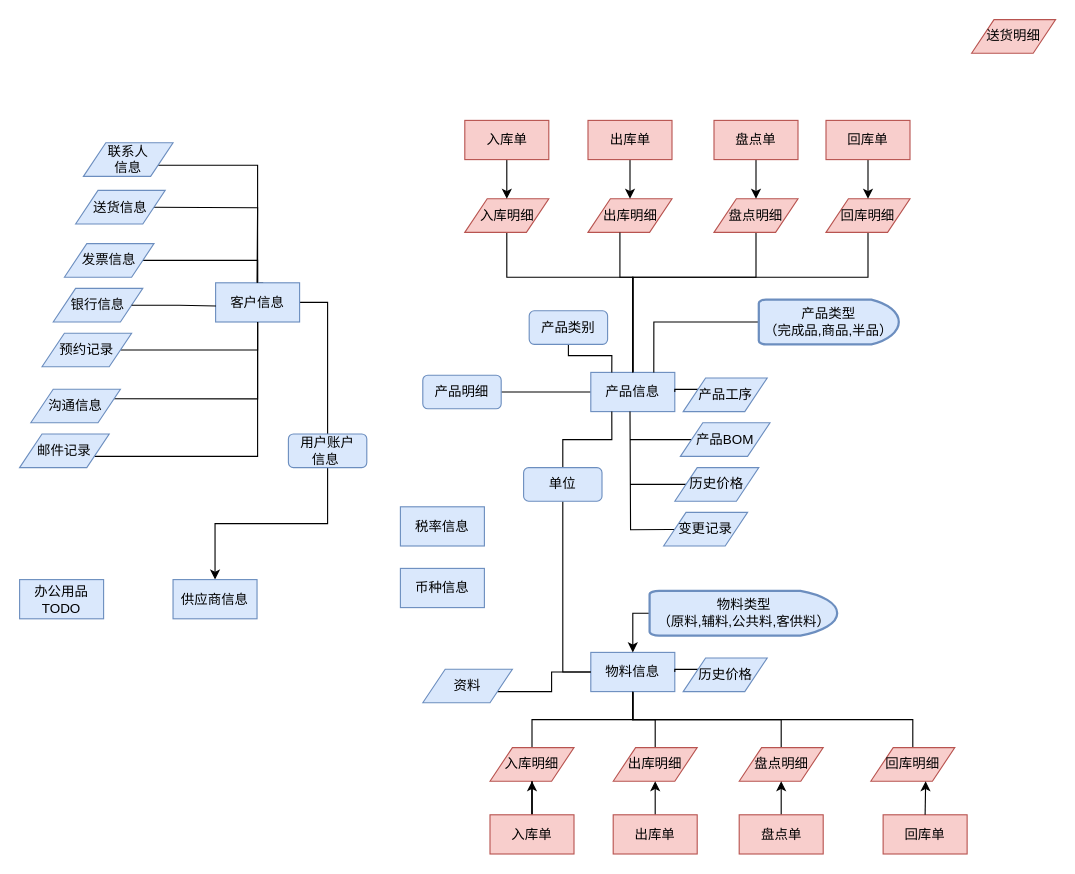
Before: ERDiagram.drawio in sbosleo/sbosmobile, a draw.io diagram. Source tidied: cells renumbered, new cells numbered last; positions are measured from the earlier drawing's top-left corner, leaving out a move shared by most shapes. Both pictures are drawn from the tidied source at 112%, with x=0, y=0 at pixel (19, 19).
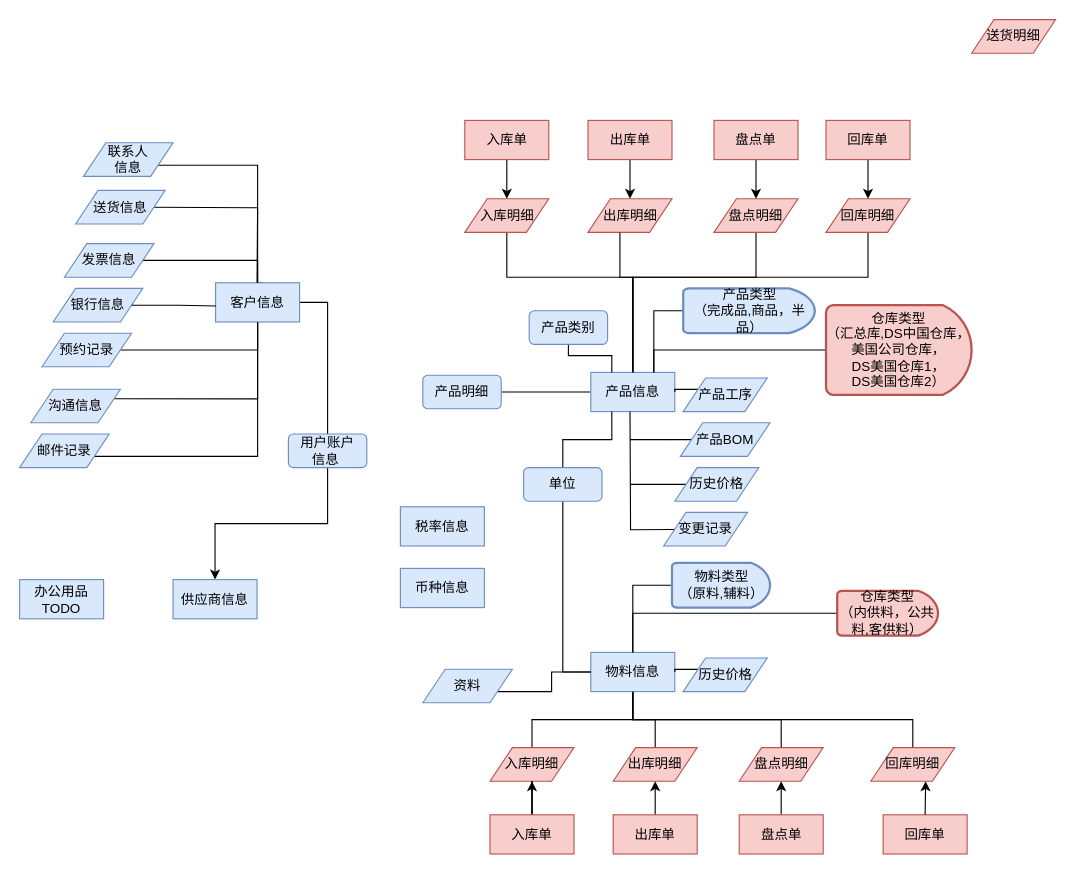
The same page after the edit.

Unchanged cells that the change refers to:
```xml
<mxCell id="5" value="产品信息" style="rounded=0;whiteSpace=wrap;html=1;fillColor=#dae8fc;strokeColor=#6c8ebf;" parent="1" vertex="1">
  <mxGeometry x="510" y="315" width="75" height="35" as="geometry" />
</mxCell>
<mxCell id="19" value="物料信息" style="rounded=0;whiteSpace=wrap;html=1;fillColor=#dae8fc;strokeColor=#6c8ebf;" parent="1" vertex="1">
  <mxGeometry x="510" y="565" width="75" height="35" as="geometry" />
</mxCell>
```

The edit, as a diff of the source:
```diff
@@
-    <mxCell id="60" style="edgeStyle=orthogonalEdgeStyle;rounded=0;jettySize=auto;html=1;exitX=0;exitY=0.5;exitDx=0;exitDy=0;exitPerimeter=0;entryX=0.5;entryY=0;entryDx=0;entryDy=0;" parent="1" edge="1" source="61" target="19">
+    <mxCell id="60" style="edgeStyle=orthogonalEdgeStyle;rounded=0;jettySize=auto;html=1;exitX=0;exitY=0.5;exitDx=0;exitDy=0;exitPerimeter=0;entryX=0.5;entryY=0;entryDx=0;entryDy=0;endArrow=none;endFill=0;" parent="1" edge="1" source="61" target="19">
       <mxGeometry relative="1" as="geometry" />
     </mxCell>
-    <mxCell id="61" value="物料类型&lt;div&gt;（原料,辅料,公共料,客供料）&lt;/div&gt;" style="strokeWidth=2;html=1;shape=mxgraph.flowchart.delay;whiteSpace=wrap;fillColor=#dae8fc;strokeColor=#6c8ebf;" parent="1" vertex="1">
-      <mxGeometry x="562.5" y="510" width="167.5" height="40" as="geometry" />
+    <mxCell id="61" value="物料类型&lt;div&gt;（原料,辅料）&lt;/div&gt;" style="strokeWidth=2;html=1;shape=mxgraph.flowchart.delay;whiteSpace=wrap;fillColor=#dae8fc;strokeColor=#6c8ebf;" parent="1" vertex="1">
+      <mxGeometry x="582.5" y="485" width="87.5" height="40" as="geometry" />
     </mxCell>
@@
-    <mxCell id="63" value="产品类型&lt;div&gt;（完成品,商品,半品）&lt;/div&gt;" style="strokeWidth=2;html=1;shape=mxgraph.flowchart.delay;whiteSpace=wrap;fillColor=#dae8fc;strokeColor=#6c8ebf;" parent="1" vertex="1">
-      <mxGeometry x="660" y="250" width="125" height="40" as="geometry" />
+    <mxCell id="63" value="产品类型&lt;div&gt;（完成品,商品，半品）&lt;/div&gt;" style="strokeWidth=2;html=1;shape=mxgraph.flowchart.delay;whiteSpace=wrap;fillColor=#dae8fc;strokeColor=#6c8ebf;" parent="1" vertex="1">
+      <mxGeometry x="592.5" y="240" width="117.5" height="40" as="geometry" />
     </mxCell>
@@
+    <mxCell id="85" style="edgeStyle=orthogonalEdgeStyle;rounded=0;jettySize=auto;html=1;exitX=0;exitY=0.5;exitDx=0;exitDy=0;exitPerimeter=0;entryX=0.75;entryY=0;entryDx=0;entryDy=0;endArrow=none;endFill=0;" parent="1" edge="1" source="86" target="5">
+      <mxGeometry relative="1" as="geometry" />
+    </mxCell>
+    <mxCell id="86" value="仓库类型&lt;div&gt;（汇总库,DS中国仓库，&lt;/div&gt;&lt;div&gt;美国公司仓库，&lt;/div&gt;&lt;div&gt;DS美国仓库1，&lt;/div&gt;&lt;div&gt;DS美国仓库2）&lt;/div&gt;" style="strokeWidth=2;html=1;shape=mxgraph.flowchart.delay;whiteSpace=wrap;fillColor=#f8cecc;strokeColor=#b85450;" parent="1" vertex="1">
+      <mxGeometry x="720" y="255" width="130" height="80" as="geometry" />
+    </mxCell>
+    <mxCell id="87" style="edgeStyle=orthogonalEdgeStyle;rounded=0;jettySize=auto;html=1;exitX=0;exitY=0.5;exitDx=0;exitDy=0;exitPerimeter=0;entryX=0.5;entryY=0;entryDx=0;entryDy=0;endArrow=none;endFill=0;" parent="1" edge="1" source="88" target="19">
+      <mxGeometry relative="1" as="geometry" />
+    </mxCell>
+    <mxCell id="88" value="仓库类型&lt;div&gt;（内供料，公共料,客供料）&lt;/div&gt;" style="strokeWidth=2;html=1;shape=mxgraph.flowchart.delay;whiteSpace=wrap;fillColor=#f8cecc;strokeColor=#b85450;" parent="1" vertex="1">
+      <mxGeometry x="730" y="510" width="90" height="40" as="geometry" />
+    </mxCell>
```
